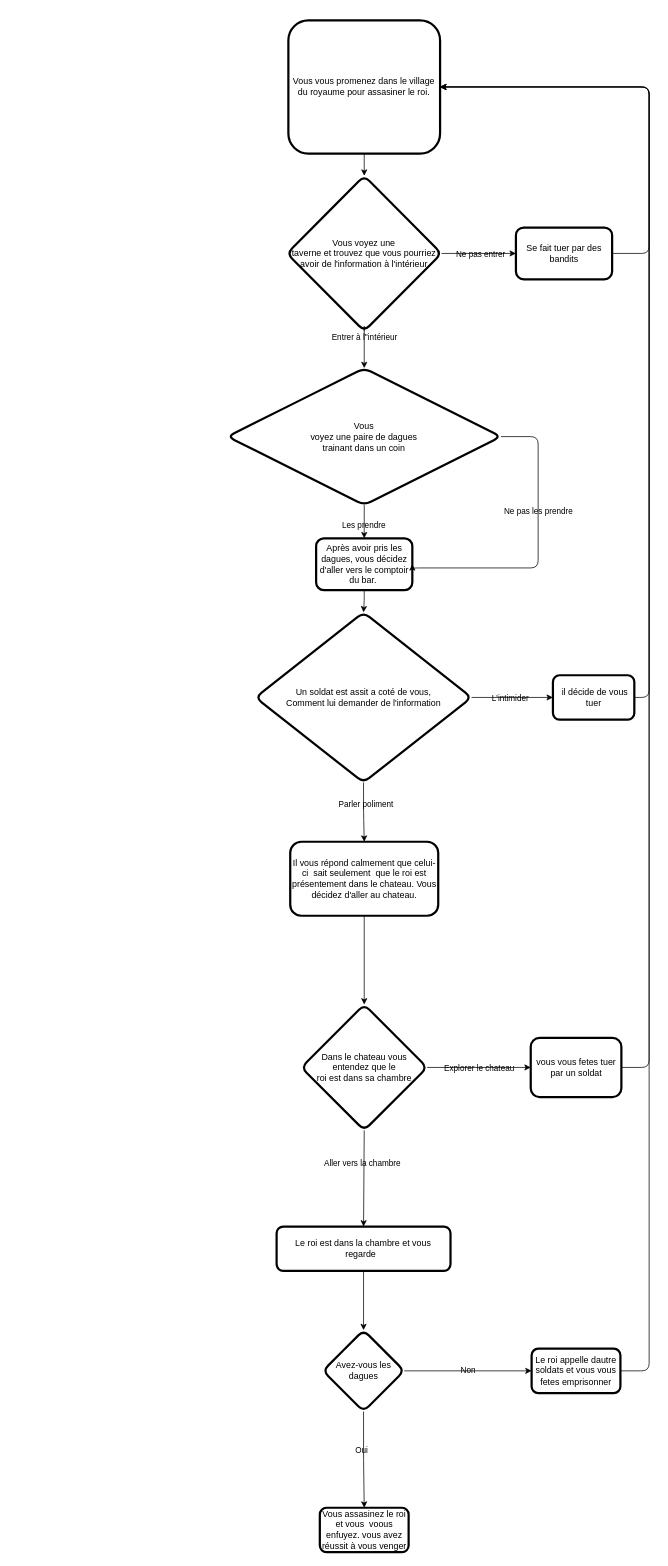
This is schemat.drawio from MaikHamel/histoire-dont-vous-etes-le-hero.github.io, a draw.io file, before an edit. Source tidied: cells renumbered, new cells numbered last; positions are measured from the earlier drawing's top-left corner, leaving out a move shared by most shapes. Both pictures are drawn from the tidied source at 74%, with x=0, y=0 at pixel (227, 20).
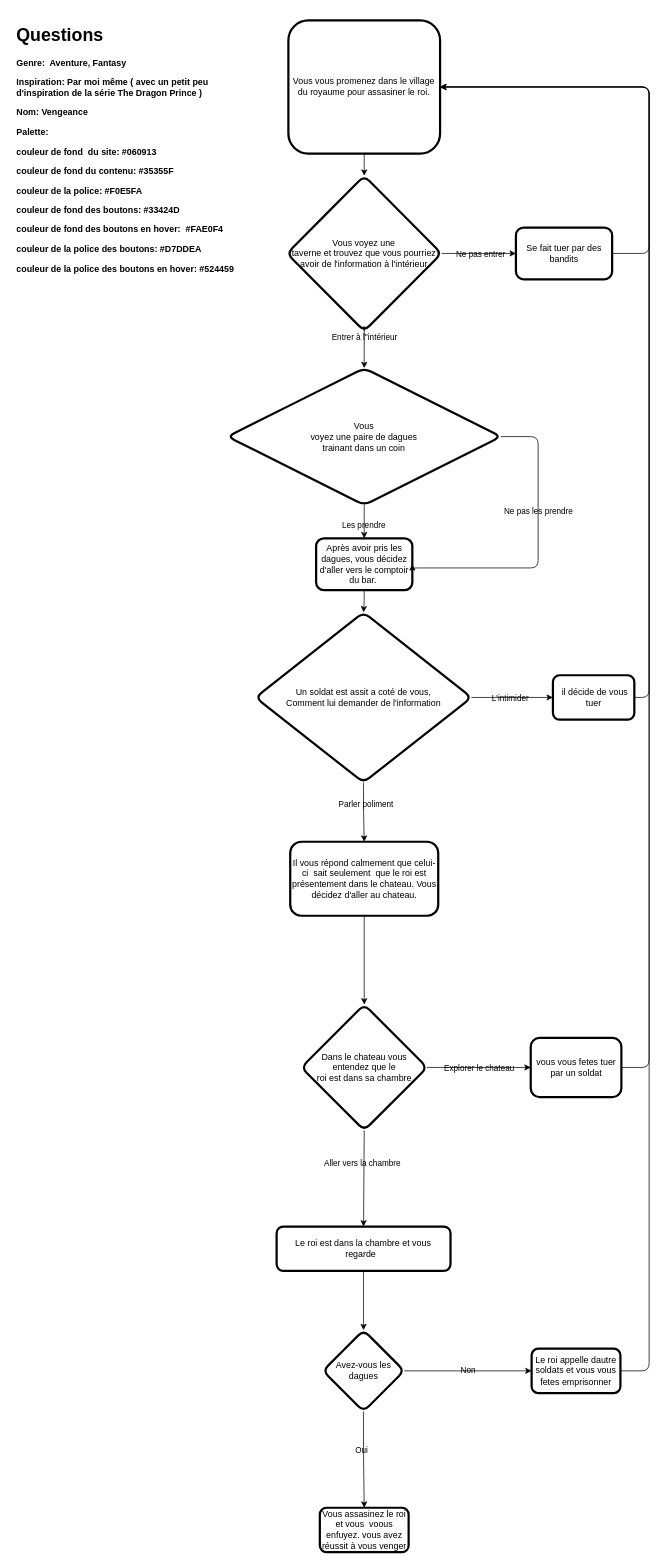
Above is the later version.

Change to the diagram source:
```diff
@@
+    <mxCell id="43" value="&lt;h1&gt;Questions&lt;/h1&gt;&lt;p&gt;&lt;b&gt;Genre:&amp;nbsp; Aventure, Fantasy&lt;/b&gt;&lt;/p&gt;&lt;p&gt;&lt;b&gt;Inspiration: Par moi même ( avec un petit peu d'inspiration de la série The Dragon Prince )&lt;/b&gt;&lt;b&gt;&lt;br&gt;&lt;/b&gt;&lt;/p&gt;&lt;p&gt;&lt;b&gt;Nom: Vengeance&lt;/b&gt;&lt;b&gt;&lt;br&gt;&lt;/b&gt;&lt;/p&gt;&lt;p&gt;&lt;b&gt;Palette:&amp;nbsp;&lt;/b&gt;&lt;b&gt;&lt;br&gt;&lt;/b&gt;&lt;/p&gt;&lt;p&gt;&lt;b&gt;couleur de fond&amp;nbsp; du site: #060913&lt;/b&gt;&lt;/p&gt;&lt;p&gt;&lt;b&gt;couleur de fond du contenu: #35355F&lt;/b&gt;&lt;/p&gt;&lt;p&gt;&lt;b&gt;couleur de la police: #F0E5FA&lt;/b&gt;&lt;/p&gt;&lt;p&gt;&lt;b&gt;couleur de fond des boutons: #33424D&lt;/b&gt;&lt;/p&gt;&lt;p&gt;&lt;b&gt;couleur de fond des boutons en hover:&amp;nbsp; #FAE0F4&lt;/b&gt;&lt;/p&gt;&lt;p&gt;&lt;b&gt;couleur de la police des boutons: #D7DDEA&lt;/b&gt;&lt;/p&gt;&lt;p&gt;&lt;b&gt;couleur de la police des boutons en hover: #524459&lt;/b&gt;&lt;/p&gt;&lt;br&gt;&lt;p&gt;&lt;b&gt;&lt;br&gt;&lt;/b&gt;&lt;/p&gt;" style="text;html=1;strokeColor=none;fillColor=none;spacing=5;spacingTop=-20;whiteSpace=wrap;overflow=hidden;rounded=0;fontColor=#000000;" parent="1" vertex="1">
+      <mxGeometry x="-290" width="320" height="380" as="geometry" />
+    </mxCell>
```
